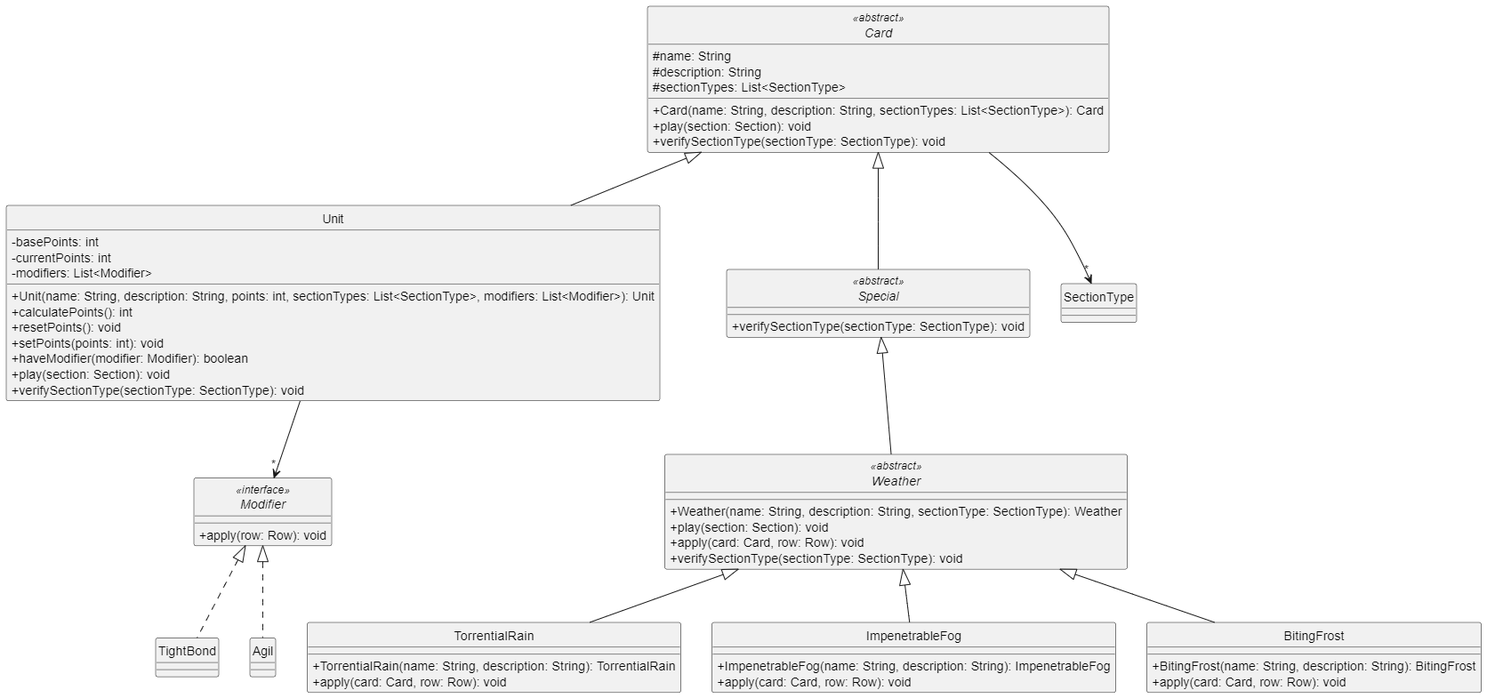
This is diagrams/classes/cards.png from Yonhir/algo3_proyecto_base_tp2, a PlantUML export, as it was before one commit. Its source is kept beside it as diagrams/classes/cards.plantuml.
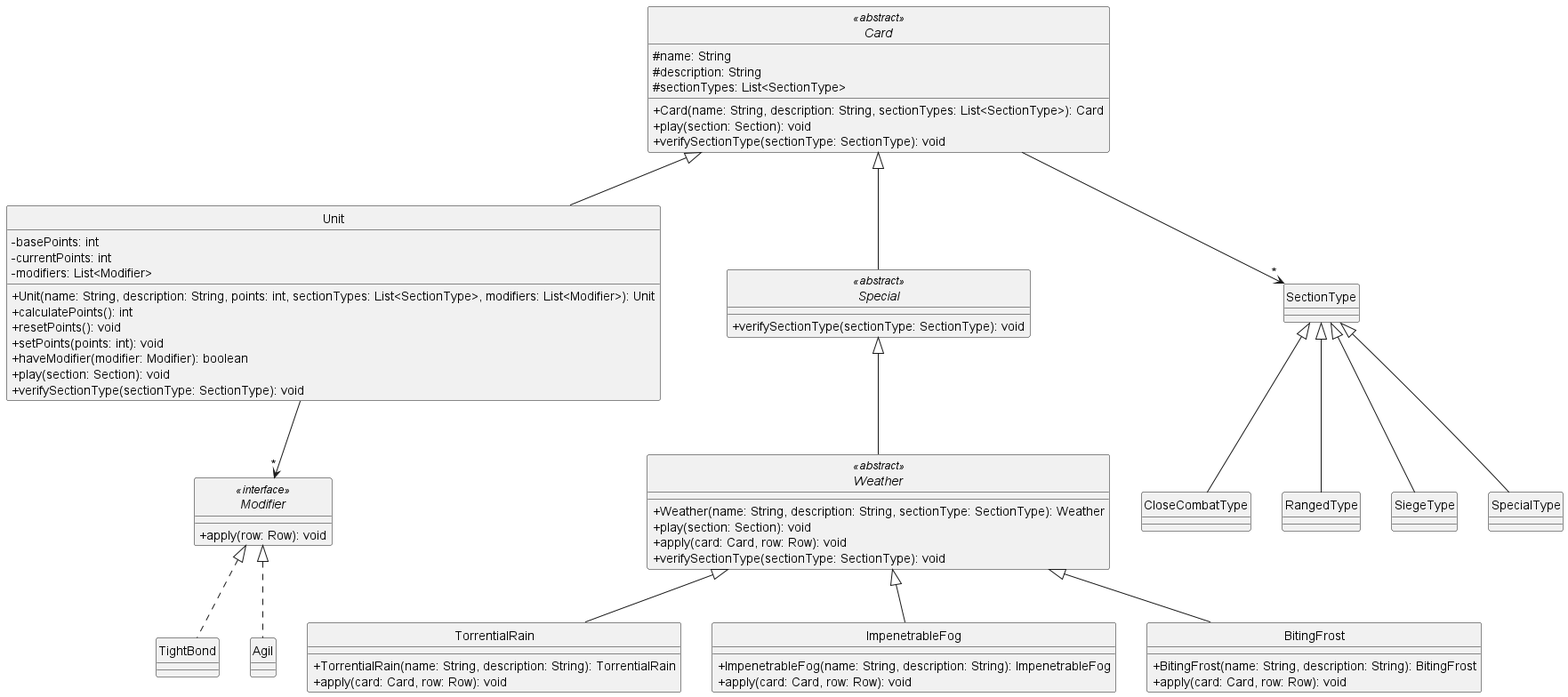
The same file after the commit.

Commit message:
Update cards diagram

Diff of the diagram source:
```diff
@@ -69,6 +69,11 @@
 
 Card --> "*" SectionType
 
+SectionType <|-- CloseCombatType
+SectionType <|-- RangedType
+SectionType <|-- SiegeType
+SectionType <|-- SpecialType
+
 Unit --> "*" Modifier
 
 Modifier <|.. TightBond
```
